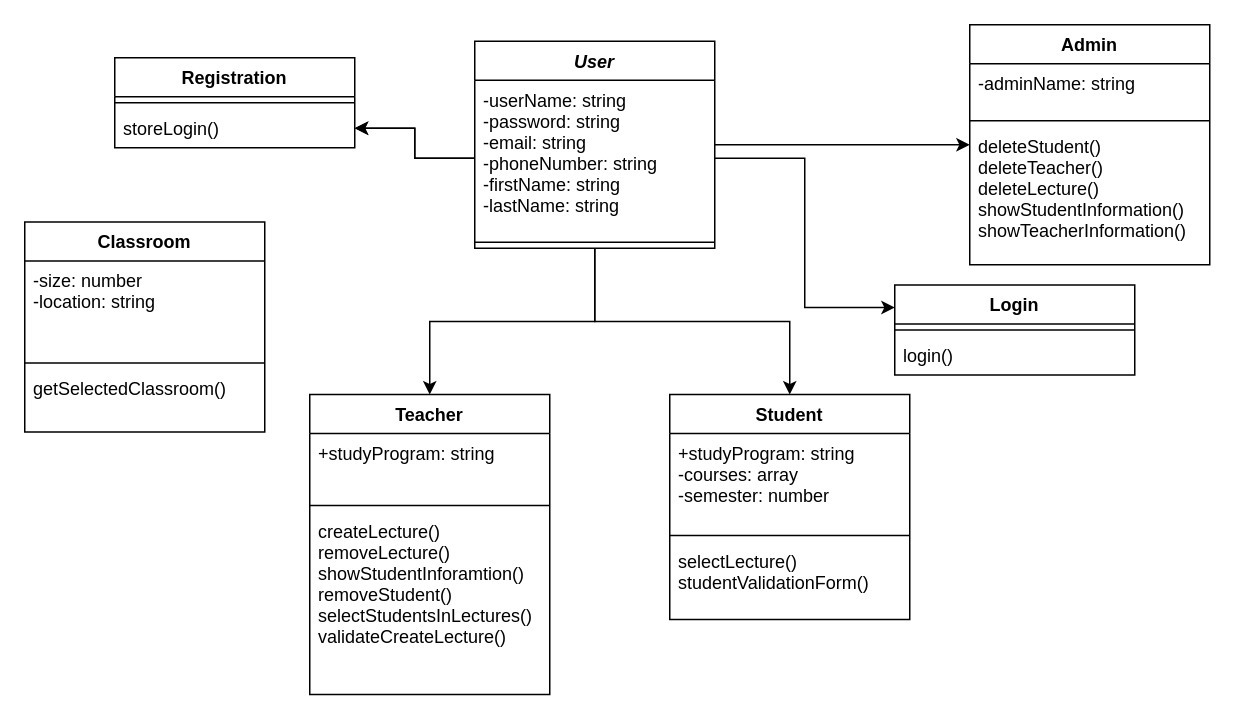
The draw.io diagram StudentTeach.drawio in Niklas107/Gruppeprojekt-1, before the edit. Source tidied: cells renumbered, new cells numbered last; positions are measured from the earlier drawing's top-left corner, leaving out a move shared by most shapes. Both pictures are drawn from the tidied source at 150%, with x=0, y=0 at pixel (24, 24).
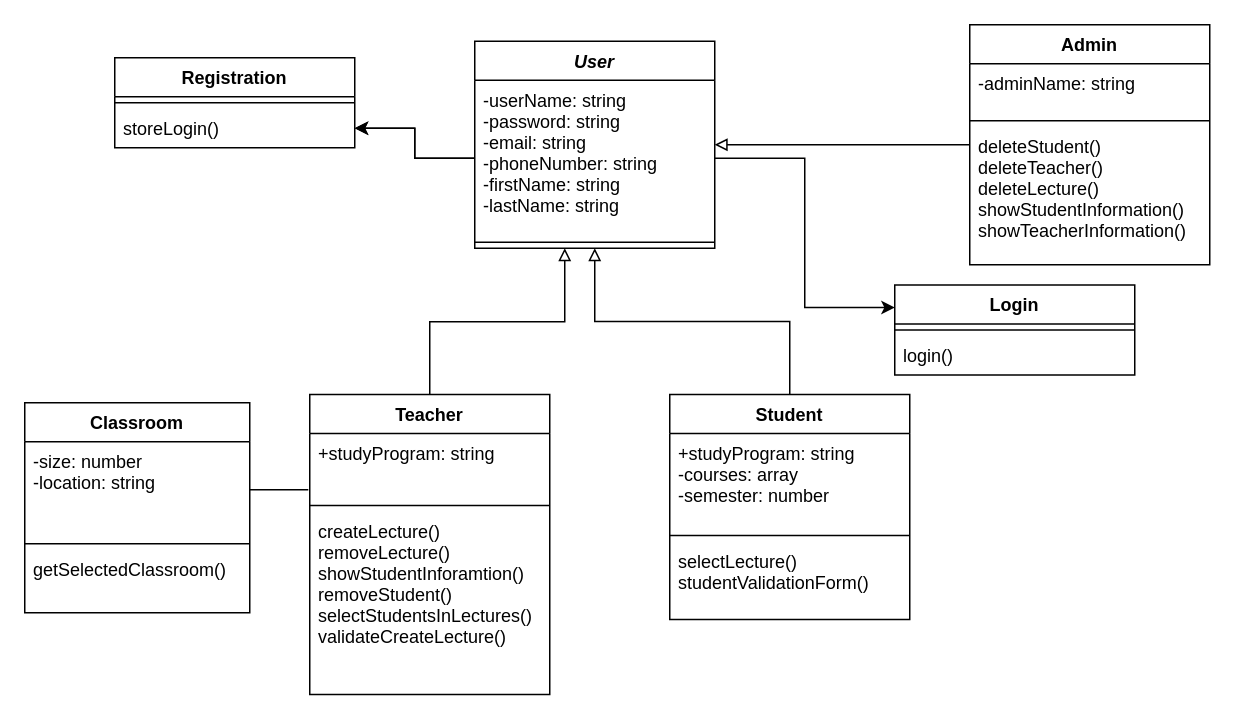
The same diagram, later.

Unchanged cells that the change refers to:
```xml
<mxCell id="5" value="User" style="swimlane;fontStyle=3;align=center;verticalAlign=top;horizontal=1;startSize=26;" parent="1" vertex="1">
  <mxGeometry x="300" y="11" width="160" height="138" as="geometry" />
</mxCell>
<mxCell id="8" value="Admin" style="swimlane;fontStyle=1;align=center;verticalAlign=top;horizontal=1;startSize=26;" parent="1" vertex="1">
  <mxGeometry x="630" width="160" height="160" as="geometry" />
</mxCell>
<mxCell id="12" value="Teacher" style="swimlane;fontStyle=1;align=center;verticalAlign=top;horizontal=1;startSize=26;" parent="1" vertex="1">
  <mxGeometry x="190" y="246.5" width="160" height="200" as="geometry" />
</mxCell>
<mxCell id="13" value="+studyProgram: string&#10;" style="text;strokeColor=none;fillColor=none;align=left;verticalAlign=top;spacingLeft=4;spacingRight=4;overflow=hidden;points=[[0,0.5],[1,0.5]];portConstraint=eastwest;" parent="12" vertex="1">
  <mxGeometry y="26" width="160" height="44" as="geometry" />
</mxCell>
<mxCell id="16" value="Student" style="swimlane;fontStyle=1;align=center;verticalAlign=top;horizontal=1;startSize=26;" parent="1" vertex="1">
  <mxGeometry x="430" y="246.5" width="160" height="150" as="geometry" />
</mxCell>
```

What changed in the source:
```diff
@@
-    <mxCell id="2" style="edgeStyle=orthogonalEdgeStyle;rounded=0;jettySize=auto;html=1;" parent="1" edge="1" source="5" target="16">
+    <mxCell id="2" style="edgeStyle=orthogonalEdgeStyle;rounded=0;jettySize=auto;html=1;startArrow=block;startFill=0;endArrow=none;endFill=0;" parent="1" edge="1" source="5" target="16">
       <mxGeometry relative="1" as="geometry" />
     </mxCell>
-    <mxCell id="3" style="edgeStyle=orthogonalEdgeStyle;rounded=0;jettySize=auto;html=1;" parent="1" edge="1" source="5" target="12">
-      <mxGeometry relative="1" as="geometry" />
+    <mxCell id="3" style="edgeStyle=orthogonalEdgeStyle;rounded=0;jettySize=auto;html=1;startArrow=block;startFill=0;endArrow=none;endFill=0;" parent="1" edge="1" source="5" target="12">
+      <mxGeometry relative="1" as="geometry">
+        <Array as="points">
+          <mxPoint x="360" y="198" />
+          <mxPoint x="270" y="198" />
+        </Array>
+      </mxGeometry>
     </mxCell>
-    <mxCell id="4" style="edgeStyle=orthogonalEdgeStyle;rounded=0;jettySize=auto;html=1;" parent="1" edge="1" source="5" target="8">
+    <mxCell id="4" style="edgeStyle=orthogonalEdgeStyle;rounded=0;jettySize=auto;html=1;startArrow=block;startFill=0;endArrow=none;endFill=0;" parent="1" edge="1" source="5" target="8">
       <mxGeometry relative="1" as="geometry" />
     </mxCell>
@@
     <mxCell id="20" value="Classroom" style="swimlane;fontStyle=1;align=center;verticalAlign=top;horizontal=1;startSize=26;" parent="1" vertex="1">
-      <mxGeometry y="131.5" width="160" height="140" as="geometry" />
+      <mxGeometry y="252" width="150" height="140" as="geometry" />
     </mxCell>
     <mxCell id="21" value="-size: number&#10;-location: string" style="text;strokeColor=none;fillColor=none;align=left;verticalAlign=top;spacingLeft=4;spacingRight=4;overflow=hidden;points=[[0,0.5],[1,0.5]];portConstraint=eastwest;" parent="20" vertex="1">
-      <mxGeometry y="26" width="160" height="64" as="geometry" />
+      <mxGeometry y="26" width="150" height="64" as="geometry" />
     </mxCell>
     <mxCell id="22" style="line;strokeWidth=1;fillColor=none;align=left;verticalAlign=middle;spacingTop=-1;spacingLeft=3;spacingRight=3;labelPosition=right;" parent="20" vertex="1">
-      <mxGeometry y="90" width="160" height="8" as="geometry" />
+      <mxGeometry y="90" width="150" height="8" as="geometry" />
     </mxCell>
     <mxCell id="23" value="getSelectedClassroom()" style="text;strokeColor=none;fillColor=none;align=left;verticalAlign=top;spacingLeft=4;spacingRight=4;overflow=hidden;" parent="20" vertex="1">
-      <mxGeometry y="98" width="160" height="42" as="geometry" />
+      <mxGeometry y="98" width="150" height="42" as="geometry" />
     </mxCell>
@@
+    <mxCell id="33" style="edgeStyle=orthogonalEdgeStyle;rounded=0;jettySize=auto;html=1;entryX=-0.006;entryY=0.852;entryDx=0;entryDy=0;entryPerimeter=0;startArrow=none;startFill=0;endArrow=none;endFill=0;" parent="1" edge="1" source="21" target="13">
+      <mxGeometry relative="1" as="geometry" />
+    </mxCell>
```
